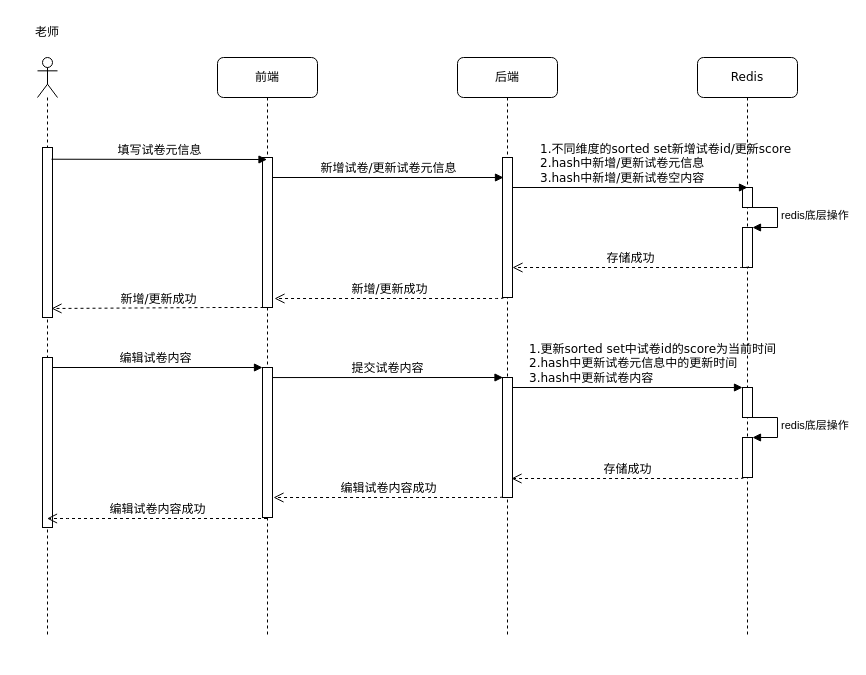
Above: 增改试卷.drawio in deanzz/blog (draw.io), before the change. Source tidied: cells renumbered, new cells numbered last; positions are measured from the earlier drawing's top-left corner, leaving out a move shared by most shapes. Both pictures are drawn from the tidied source at 100%, with x=0, y=0 at pixel (17, 17).
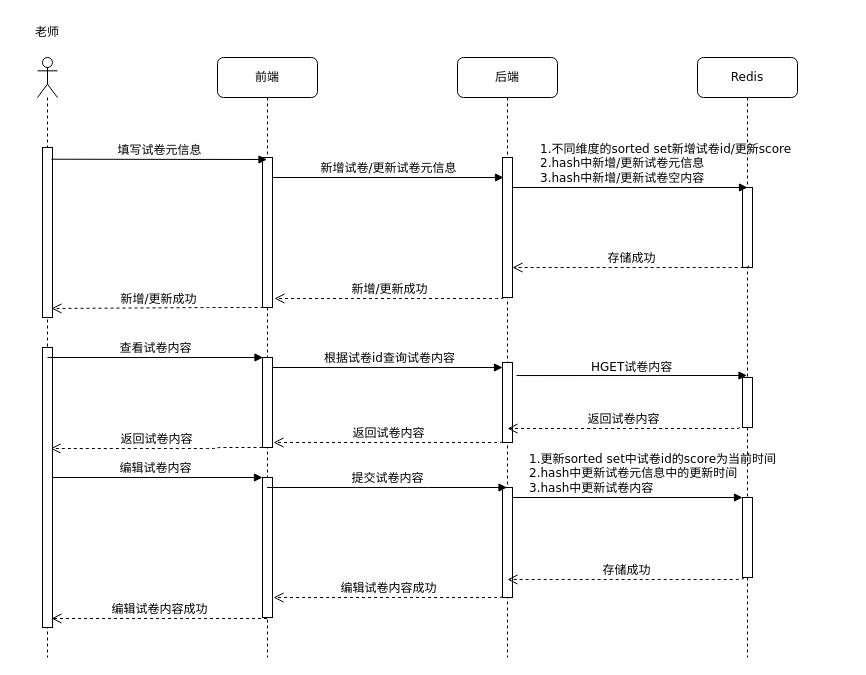
After the change.

The change refers to these unchanged cells:
```xml
<mxCell id="3" style="html=1;points=[];perimeter=orthogonalPerimeter;rounded=0;shadow=0;comic=0;labelBackgroundColor=none;strokeWidth=1;fontFamily=Verdana;fontSize=12;align=center;" parent="2" vertex="1">
  <mxGeometry x="45" y="100" width="10" height="140" as="geometry" />
</mxCell>
```

Diff of the diagram source:
```diff
@@
     <mxCell id="2" value="后端" style="shape=umlLifeline;perimeter=lifelinePerimeter;whiteSpace=wrap;html=1;outlineConnect=0;rounded=1;shadow=0;comic=0;labelBackgroundColor=none;strokeWidth=1;fontFamily=Verdana;fontSize=12;align=center;" parent="1" vertex="1">
-      <mxGeometry x="440" y="40" width="100" height="580" as="geometry" />
+      <mxGeometry x="440" y="40" width="100" height="600" as="geometry" />
     </mxCell>
@@
     <mxCell id="4" style="html=1;points=[];perimeter=orthogonalPerimeter;rounded=0;shadow=0;comic=0;labelBackgroundColor=none;strokeWidth=1;fontFamily=Verdana;fontSize=12;align=center;" parent="2" vertex="1">
-      <mxGeometry x="45" y="320" width="10" height="120" as="geometry" />
+      <mxGeometry x="45" y="430" width="10" height="110" as="geometry" />
     </mxCell>
     <mxCell id="5" value="编辑试卷内容成功" style="html=1;verticalAlign=bottom;endArrow=open;dashed=1;endSize=8;labelBackgroundColor=none;fontFamily=Verdana;fontSize=12;edgeStyle=elbowEdgeStyle;elbow=vertical;exitX=0.6;exitY=0.975;exitDx=0;exitDy=0;exitPerimeter=0;entryX=1.2;entryY=0.94;entryDx=0;entryDy=0;entryPerimeter=0;" parent="2" edge="1">
       <mxGeometry relative="1" as="geometry">
-        <mxPoint x="45" y="439" as="sourcePoint" />
-        <mxPoint x="-184" y="440" as="targetPoint" />
+        <mxPoint x="45" y="539" as="sourcePoint" />
+        <mxPoint x="-184" y="540" as="targetPoint" />
         <Array as="points">
-          <mxPoint x="-1" y="440" />
+          <mxPoint x="-1" y="540" />
         </Array>
       </mxGeometry>
     </mxCell>
+    <mxCell id="31" style="html=1;points=[];perimeter=orthogonalPerimeter;" parent="2" vertex="1">
+      <mxGeometry x="45" y="305" width="10" height="80" as="geometry" />
+    </mxCell>
+    <mxCell id="32" value="&amp;nbsp;根据试卷id查询试卷内容" style="html=1;verticalAlign=bottom;endArrow=block;entryX=0.1;entryY=0.143;labelBackgroundColor=none;fontFamily=Verdana;fontSize=12;edgeStyle=elbowEdgeStyle;elbow=vertical;entryDx=0;entryDy=0;entryPerimeter=0;" parent="2" edge="1">
+      <mxGeometry relative="1" as="geometry">
+        <mxPoint x="-186" y="310" as="sourcePoint" />
+        <mxPoint x="45" y="310" as="targetPoint" />
+      </mxGeometry>
+    </mxCell>
+    <mxCell id="33" value="返回试卷内容" style="html=1;verticalAlign=bottom;endArrow=open;dashed=1;endSize=8;labelBackgroundColor=none;fontFamily=Verdana;fontSize=12;edgeStyle=elbowEdgeStyle;elbow=vertical;exitX=0.6;exitY=0.975;exitDx=0;exitDy=0;exitPerimeter=0;entryX=1.2;entryY=0.94;entryDx=0;entryDy=0;entryPerimeter=0;" parent="2" edge="1">
+      <mxGeometry relative="1" as="geometry">
+        <mxPoint x="45" y="384" as="sourcePoint" />
+        <mxPoint x="-184" y="385" as="targetPoint" />
+        <Array as="points">
+          <mxPoint x="-1" y="385" />
+        </Array>
+      </mxGeometry>
+    </mxCell>
     <mxCell id="6" value="Redis" style="shape=umlLifeline;perimeter=lifelinePerimeter;whiteSpace=wrap;html=1;outlineConnect=0;rounded=1;shadow=0;comic=0;labelBackgroundColor=none;strokeWidth=1;fontFamily=Verdana;fontSize=12;align=center;" parent="1" vertex="1">
-      <mxGeometry x="680" y="40" width="100" height="580" as="geometry" />
+      <mxGeometry x="680" y="40" width="100" height="600" as="geometry" />
     </mxCell>
-    <mxCell id="7" style="html=1;points=[];perimeter=orthogonalPerimeter;rounded=0;shadow=0;comic=0;labelBackgroundColor=none;strokeWidth=1;fontFamily=Verdana;fontSize=12;align=center;" parent="6" vertex="1">
-      <mxGeometry x="45" y="130" width="10" height="20" as="geometry" />
-    </mxCell>
     <mxCell id="8" style="html=1;points=[];perimeter=orthogonalPerimeter;" parent="6" vertex="1">
-      <mxGeometry x="45" y="170" width="10" height="40" as="geometry" />
+      <mxGeometry x="45" y="130" width="10" height="80" as="geometry" />
     </mxCell>
-    <mxCell id="9" value="redis底层操作" style="edgeStyle=orthogonalEdgeStyle;html=1;align=left;spacingLeft=2;endArrow=block;rounded=0;entryX=1;entryY=0;" parent="6" edge="1" target="8">
-      <mxGeometry relative="1" as="geometry">
-        <mxPoint x="50" y="150" as="sourcePoint" />
-        <Array as="points">
-          <mxPoint x="80" y="150" />
-        </Array>
-      </mxGeometry>
-    </mxCell>
-    <mxCell id="10" style="html=1;perimeter=orthogonalPerimeter;rounded=0;shadow=0;comic=0;labelBackgroundColor=none;strokeWidth=1;fontFamily=Verdana;fontSize=12;align=center;" parent="6" vertex="1">
-      <mxGeometry x="45" y="330" width="10" height="30" as="geometry" />
-    </mxCell>
     <mxCell id="11" value="&lt;span&gt;1.更新sorted set中试卷id的score为当前时间&lt;/span&gt;&lt;br&gt;&lt;span&gt;2.hash中更新试卷元信息中的更新时间&lt;/span&gt;&lt;br&gt;&lt;span&gt;3.hash中更新试卷内容&lt;/span&gt;" style="html=1;verticalAlign=bottom;endArrow=block;labelBackgroundColor=none;fontFamily=Verdana;fontSize=12;edgeStyle=elbowEdgeStyle;elbow=vertical;exitX=1;exitY=0.067;exitDx=0;exitDy=0;exitPerimeter=0;align=left;" parent="6" edge="1">
       <mxGeometry x="-0.87" relative="1" as="geometry">
-        <mxPoint x="-185.5" y="330" as="sourcePoint" />
-        <mxPoint x="45" y="330.3" as="targetPoint" />
+        <mxPoint x="-185.5" y="440" as="sourcePoint" />
+        <mxPoint x="45" y="440.3" as="targetPoint" />
       </mxGeometry>
     </mxCell>
     <mxCell id="12" style="html=1;points=[];perimeter=orthogonalPerimeter;" parent="6" vertex="1">
-      <mxGeometry x="45" y="380" width="10" height="40" as="geometry" />
+      <mxGeometry x="45" y="440" width="10" height="80" as="geometry" />
     </mxCell>
-    <mxCell id="13" value="redis底层操作" style="edgeStyle=orthogonalEdgeStyle;html=1;align=left;spacingLeft=2;endArrow=block;rounded=0;entryX=1;entryY=0;" parent="6" edge="1" target="12">
-      <mxGeometry relative="1" as="geometry">
-        <mxPoint x="50" y="360" as="sourcePoint" />
-        <Array as="points">
-          <mxPoint x="80" y="360" />
-        </Array>
-      </mxGeometry>
-    </mxCell>
+    <mxCell id="34" style="html=1;perimeter=orthogonalPerimeter;" parent="6" vertex="1">
+      <mxGeometry x="45" y="320" width="10" height="50" as="geometry" />
+    </mxCell>
+    <mxCell id="29" value="存储成功" style="html=1;verticalAlign=bottom;endArrow=open;dashed=1;endSize=8;labelBackgroundColor=none;fontFamily=Verdana;fontSize=12;edgeStyle=elbowEdgeStyle;elbow=vertical;exitX=0.6;exitY=0.975;exitDx=0;exitDy=0;exitPerimeter=0;" parent="6" edge="1">
+      <mxGeometry relative="1" as="geometry">
+        <mxPoint x="46" y="520" as="sourcePoint" />
+        <mxPoint x="-190" y="522" as="targetPoint" />
+        <Array as="points">
+          <mxPoint x="25" y="522" />
+        </Array>
+      </mxGeometry>
+    </mxCell>
     <mxCell id="14" value="前端" style="shape=umlLifeline;perimeter=lifelinePerimeter;whiteSpace=wrap;html=1;outlineConnect=0;rounded=1;shadow=0;comic=0;labelBackgroundColor=none;strokeWidth=1;fontFamily=Verdana;fontSize=12;align=center;" parent="1" vertex="1">
-      <mxGeometry x="200" y="40" width="100" height="580" as="geometry" />
+      <mxGeometry x="200" y="40" width="100" height="600" as="geometry" />
     </mxCell>
@@
     <mxCell id="16" style="html=1;points=[];perimeter=orthogonalPerimeter;rounded=0;shadow=0;comic=0;labelBackgroundColor=none;strokeWidth=1;fontFamily=Verdana;fontSize=12;align=center;" parent="14" vertex="1">
-      <mxGeometry x="45" y="310" width="10" height="150" as="geometry" />
+      <mxGeometry x="45" y="420" width="10" height="140" as="geometry" />
     </mxCell>
+    <mxCell id="35" style="html=1;perimeter=orthogonalPerimeter;" parent="14" vertex="1">
+      <mxGeometry x="45" y="300" width="10" height="90" as="geometry" />
+    </mxCell>
+    <mxCell id="36" value="返回试卷内容" style="html=1;verticalAlign=bottom;endArrow=open;dashed=1;endSize=8;labelBackgroundColor=none;fontFamily=Verdana;fontSize=12;edgeStyle=elbowEdgeStyle;elbow=horizontal;exitX=0.6;exitY=0.975;exitDx=0;exitDy=0;exitPerimeter=0;entryX=0.9;entryY=0.947;entryDx=0;entryDy=0;entryPerimeter=0;" parent="14" edge="1">
+      <mxGeometry relative="1" as="geometry">
+        <mxPoint x="45" y="390" as="sourcePoint" />
+        <mxPoint x="-167" y="391" as="targetPoint" />
+        <Array as="points">
+          <mxPoint x="-1" y="391" />
+        </Array>
+      </mxGeometry>
+    </mxCell>
     <mxCell id="17" value="编辑试卷内容" style="html=1;verticalAlign=bottom;endArrow=block;labelBackgroundColor=none;fontFamily=Verdana;fontSize=12;edgeStyle=elbowEdgeStyle;elbow=vertical;exitX=0.9;exitY=0.069;exitDx=0;exitDy=0;exitPerimeter=0;" parent="14" edge="1">
       <mxGeometry relative="1" as="geometry">
-        <mxPoint x="-170.5" y="310" as="sourcePoint" />
-        <mxPoint x="45" y="310.3" as="targetPoint" />
+        <mxPoint x="-170.5" y="420" as="sourcePoint" />
+        <mxPoint x="45" y="420.3" as="targetPoint" />
       </mxGeometry>
     </mxCell>
@@
-    <mxCell id="19" value="1.不同维度的sorted set新增试卷id/更新score&lt;br&gt;2.hash中新增/更新试卷元信息&lt;br&gt;3.hash中新增/更新试卷空内容" style="html=1;verticalAlign=bottom;endArrow=block;labelBackgroundColor=none;fontFamily=Verdana;fontSize=12;edgeStyle=elbowEdgeStyle;elbow=vertical;entryX=0.5;entryY=0;entryDx=0;entryDy=0;entryPerimeter=0;align=left;" parent="1" edge="1" source="3" target="7">
-      <mxGeometry x="-0.78" relative="1" as="geometry" />
+    <mxCell id="19" value="1.不同维度的sorted set新增试卷id/更新score&lt;br&gt;2.hash中新增/更新试卷元信息&lt;br&gt;3.hash中新增/更新试卷空内容" style="html=1;verticalAlign=bottom;endArrow=block;labelBackgroundColor=none;fontFamily=Verdana;fontSize=12;edgeStyle=elbowEdgeStyle;elbow=vertical;entryX=0.5;entryY=0;entryDx=0;entryDy=0;entryPerimeter=0;align=left;" parent="1" edge="1" source="3">
+      <mxGeometry x="-0.78" relative="1" as="geometry">
+        <mxPoint x="730" y="170" as="targetPoint" />
+      </mxGeometry>
     </mxCell>
     <mxCell id="20" style="shape=umlLifeline;participant=umlActor;perimeter=lifelinePerimeter;whiteSpace=wrap;html=1;verticalAlign=top;spacingTop=36;outlineConnect=0;" parent="1" vertex="1">
-      <mxGeometry x="20" y="40" width="20" height="580" as="geometry" />
+      <mxGeometry x="20" y="40" width="20" height="600" as="geometry" />
     </mxCell>
@@
     <mxCell id="22" style="html=1;points=[];perimeter=orthogonalPerimeter;" parent="20" vertex="1">
-      <mxGeometry x="5" y="300" width="10" height="170" as="geometry" />
+      <mxGeometry x="5" y="290" width="10" height="280" as="geometry" />
     </mxCell>
@@
     <mxCell id="25" value="存储成功" style="html=1;verticalAlign=bottom;endArrow=open;dashed=1;endSize=8;labelBackgroundColor=none;fontFamily=Verdana;fontSize=12;edgeStyle=elbowEdgeStyle;elbow=vertical;exitX=0.6;exitY=0.975;exitDx=0;exitDy=0;exitPerimeter=0;" parent="1" edge="1" source="8" target="3">
       <mxGeometry relative="1" as="geometry">
         <Array as="points">
-          <mxPoint x="685" y="250" />
+          <mxPoint x="710" y="250" />
         </Array>
       </mxGeometry>
     </mxCell>
@@
-    <mxCell id="28" value="提交试卷内容" style="html=1;verticalAlign=bottom;endArrow=block;labelBackgroundColor=none;fontFamily=Verdana;fontSize=12;edgeStyle=elbowEdgeStyle;elbow=vertical;exitX=1;exitY=0.067;exitDx=0;exitDy=0;exitPerimeter=0;" parent="1" edge="1" source="16">
+    <mxCell id="28" value="提交试卷内容" style="html=1;verticalAlign=bottom;endArrow=block;labelBackgroundColor=none;fontFamily=Verdana;fontSize=12;edgeStyle=elbowEdgeStyle;elbow=vertical;" parent="1" edge="1" source="14" target="2">
       <mxGeometry relative="1" as="geometry">
-        <mxPoint x="485.5" y="360.3" as="targetPoint" />
+        <Array as="points">
+          <mxPoint x="400" y="470" />
+          <mxPoint x="330" y="460" />
+        </Array>
       </mxGeometry>
     </mxCell>
-    <mxCell id="29" value="存储成功" style="html=1;verticalAlign=bottom;endArrow=open;dashed=1;endSize=8;labelBackgroundColor=none;fontFamily=Verdana;fontSize=12;edgeStyle=elbowEdgeStyle;elbow=vertical;exitX=0.6;exitY=0.975;exitDx=0;exitDy=0;exitPerimeter=0;entryX=0.9;entryY=0.842;entryDx=0;entryDy=0;entryPerimeter=0;" parent="1" edge="1" target="4">
-      <mxGeometry relative="1" as="geometry">
-        <mxPoint x="726" y="460" as="sourcePoint" />
-        <Array as="points">
-          <mxPoint x="680" y="461" />
-        </Array>
-      </mxGeometry>
-    </mxCell>
-    <mxCell id="30" value="编辑试卷内容成功" style="html=1;verticalAlign=bottom;endArrow=open;dashed=1;endSize=8;labelBackgroundColor=none;fontFamily=Verdana;fontSize=12;edgeStyle=elbowEdgeStyle;elbow=vertical;" parent="1" edge="1" source="14" target="20">
+    <mxCell id="30" value="编辑试卷内容成功" style="html=1;verticalAlign=bottom;endArrow=open;dashed=1;endSize=8;labelBackgroundColor=none;fontFamily=Verdana;fontSize=12;edgeStyle=elbowEdgeStyle;elbow=vertical;entryX=0.9;entryY=0.971;entryDx=0;entryDy=0;entryPerimeter=0;" parent="1" edge="1" target="22">
       <mxGeometry relative="1" as="geometry">
+        <mxPoint x="249.5" y="601" as="sourcePoint" />
         <Array as="points">
-          <mxPoint x="60" y="501" />
-          <mxPoint x="240" y="501" />
+          <mxPoint x="60" y="601" />
+          <mxPoint x="240" y="601" />
         </Array>
       </mxGeometry>
     </mxCell>
+    <mxCell id="37" value="查看试卷内容" style="html=1;verticalAlign=bottom;endArrow=block;labelBackgroundColor=none;fontFamily=Verdana;fontSize=12;edgeStyle=elbowEdgeStyle;elbow=vertical;exitX=0.9;exitY=0.069;exitDx=0;exitDy=0;exitPerimeter=0;" parent="1" edge="1">
+      <mxGeometry relative="1" as="geometry">
+        <mxPoint x="30" y="340" as="sourcePoint" />
+        <mxPoint x="245.5" y="340.3" as="targetPoint" />
+      </mxGeometry>
+    </mxCell>
+    <mxCell id="38" value="HGET试卷内容" style="html=1;verticalAlign=bottom;endArrow=block;labelBackgroundColor=none;fontFamily=Verdana;fontSize=12;edgeStyle=elbowEdgeStyle;elbow=vertical;align=left;exitX=1.4;exitY=0.163;exitDx=0;exitDy=0;exitPerimeter=0;" parent="1" edge="1" source="31" target="6">
+      <mxGeometry x="-0.37" y="-1" relative="1" as="geometry" />
+    </mxCell>
+    <mxCell id="39" value="返回试卷内容" style="html=1;verticalAlign=bottom;endArrow=open;dashed=1;endSize=8;labelBackgroundColor=none;fontFamily=Verdana;fontSize=12;edgeStyle=elbowEdgeStyle;elbow=vertical;exitX=0.6;exitY=0.975;exitDx=0;exitDy=0;exitPerimeter=0;entryX=0.9;entryY=0.842;entryDx=0;entryDy=0;entryPerimeter=0;" parent="1" edge="1">
+      <mxGeometry relative="1" as="geometry">
+        <mxPoint x="722" y="410" as="sourcePoint" />
+        <mxPoint x="490" y="411" as="targetPoint" />
+        <Array as="points">
+          <mxPoint x="676" y="411" />
+        </Array>
+      </mxGeometry>
+    </mxCell>
```
